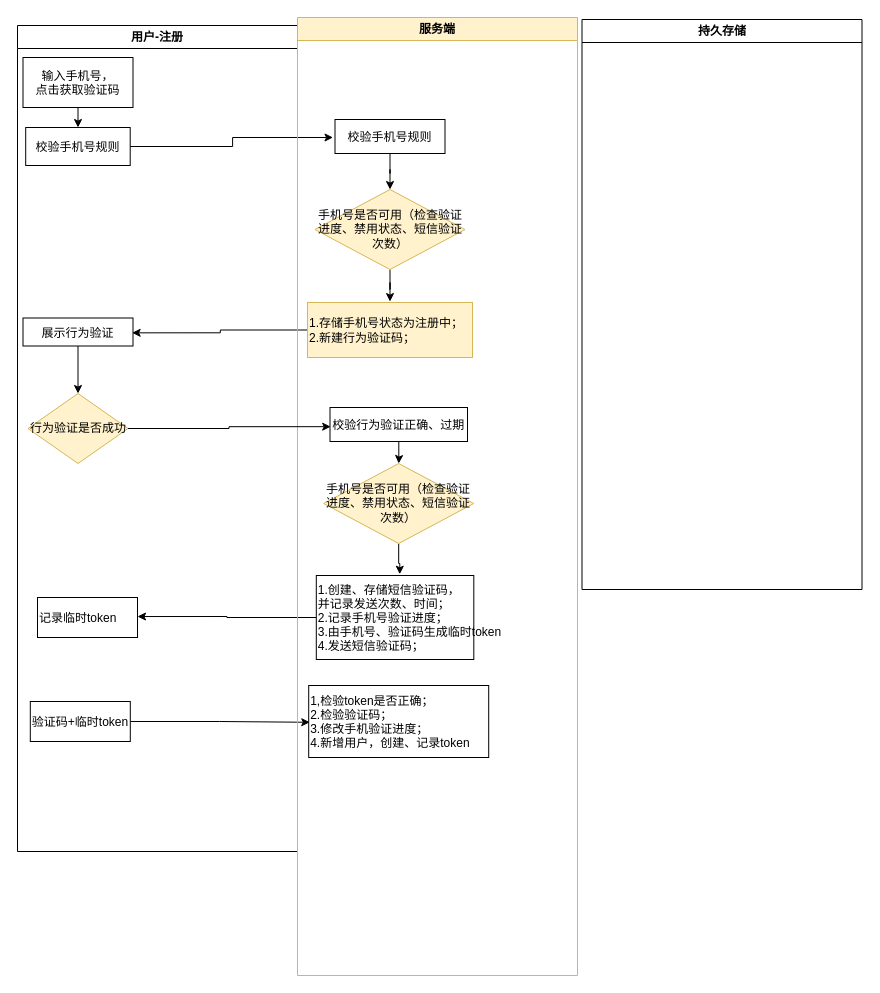
Earlier version of the draw.io diagram doc/未命名绘图.drawio (xfort/XNebulaUser). Source tidied: cells renumbered, new cells numbered last; positions are measured from the earlier drawing's top-left corner, leaving out a move shared by most shapes. Both pictures are drawn from the tidied source at 100%, with x=0, y=0 at pixel (17, 17).
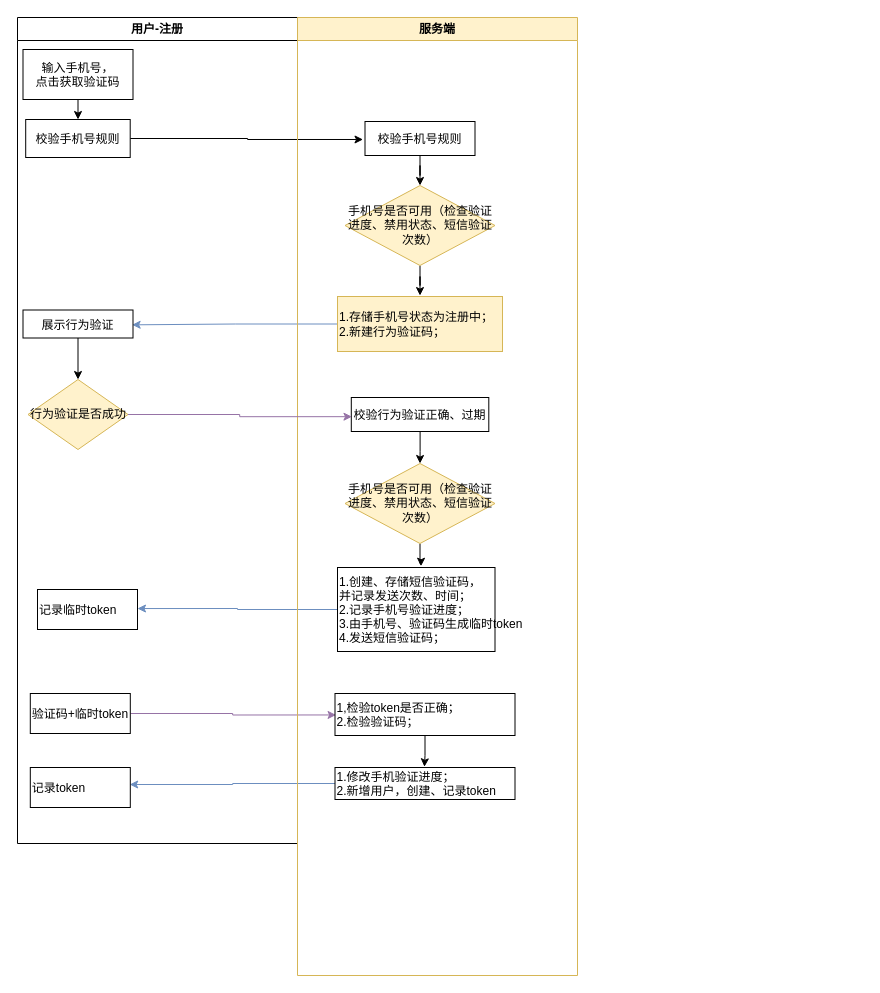
Above is the later version.

Unchanged cells that the change refers to:
```xml
<mxCell id="11" value="展示行为验证" parent="6" vertex="1">
  <mxGeometry x="5.5" y="292.5" width="110" height="28" as="geometry" />
</mxCell>
<mxCell id="13" value="记录临时token" style="fillColor=rgb(255, 255, 255);strokeColor=rgb(0, 0, 0);fontColor=rgb(0, 0, 0);align=left;" parent="6" vertex="1">
  <mxGeometry x="20" y="572" width="100" height="40" as="geometry" />
</mxCell>
<mxCell id="14" value="验证码+临时token" style="fillColor=rgb(255, 255, 255);strokeColor=rgb(0, 0, 0);fontColor=rgb(0, 0, 0);align=left;" parent="6" vertex="1">
  <mxGeometry x="12.8" y="676" width="100" height="40" as="geometry" />
</mxCell>
<mxCell id="15" value="服务端" style="swimlane;whiteSpace=wrap;fillColor=#fff2cc;strokeColor=#d6b656;" parent="1" vertex="1">
  <mxGeometry x="280" width="280" height="958" as="geometry" />
</mxCell>
```

Diff of the diagram source:
```diff
@@
+    <mxCell id="29" style="edgeStyle=orthogonalEdgeStyle;rounded=0;jettySize=auto;html=1;entryX=0.994;entryY=0.425;entryDx=0;entryDy=0;entryPerimeter=0;fillColor=#dae8fc;strokeColor=#6c8ebf;" parent="1" edge="1" source="32" target="30">
+      <mxGeometry relative="1" as="geometry" />
+    </mxCell>
-    <mxCell id="2" style="edgeStyle=orthogonalEdgeStyle;rounded=0;jettySize=auto;html=1;entryX=0.006;entryY=0.511;entryDx=0;entryDy=0;entryPerimeter=0;" parent="1" edge="1" source="14" target="26">
+    <mxCell id="2" style="edgeStyle=orthogonalEdgeStyle;rounded=0;jettySize=auto;html=1;entryX=0.006;entryY=0.511;entryDx=0;entryDy=0;entryPerimeter=0;fillColor=#e1d5e7;strokeColor=#9673a6;" parent="1" edge="1" source="14" target="26">
       <mxGeometry relative="1" as="geometry" />
     </mxCell>
-    <mxCell id="3" style="edgeStyle=orthogonalEdgeStyle;rounded=0;jettySize=auto;html=1;entryX=1;entryY=0.476;entryDx=0;entryDy=0;entryPerimeter=0;" parent="1" edge="1" source="23" target="13">
+    <mxCell id="3" style="edgeStyle=orthogonalEdgeStyle;rounded=0;jettySize=auto;html=1;entryX=1;entryY=0.476;entryDx=0;entryDy=0;entryPerimeter=0;fillColor=#dae8fc;strokeColor=#6c8ebf;" parent="1" edge="1" source="23" target="13">
       <mxGeometry relative="1" as="geometry" />
     </mxCell>
-    <mxCell id="4" style="edgeStyle=orthogonalEdgeStyle;rounded=0;jettySize=auto;html=1;entryX=0.992;entryY=0.53;entryDx=0;entryDy=0;entryPerimeter=0;" parent="1" edge="1" source="20" target="11">
+    <mxCell id="4" style="edgeStyle=orthogonalEdgeStyle;rounded=0;jettySize=auto;html=1;entryX=0.992;entryY=0.53;entryDx=0;entryDy=0;entryPerimeter=0;fillColor=#dae8fc;strokeColor=#6c8ebf;" parent="1" edge="1" source="20" target="11">
       <mxGeometry relative="1" as="geometry" />
     </mxCell>
@@
     <mxCell id="6" value="用户-注册" style="swimlane;whiteSpace=wrap;" parent="1" vertex="1">
-      <mxGeometry y="8" width="280" height="826" as="geometry" />
+      <mxGeometry width="280" height="826" as="geometry" />
     </mxCell>
@@
     <mxCell id="12" value="行为验证是否成功" style="rhombus;whiteSpace=wrap;html=1;fillColor=#fff2cc;strokeColor=#d6b656;" parent="6" vertex="1">
-      <mxGeometry x="10.5" y="368" width="100" height="70" as="geometry" />
+      <mxGeometry x="10.5" y="362" width="100" height="70" as="geometry" />
     </mxCell>
@@
+    <mxCell id="30" value="记录token" style="fillColor=rgb(255, 255, 255);strokeColor=rgb(0, 0, 0);fontColor=rgb(0, 0, 0);align=left;" parent="6" vertex="1">
+      <mxGeometry x="12.8" y="750" width="100" height="40" as="geometry" />
+    </mxCell>
@@
+    <mxCell id="31" style="edgeStyle=orthogonalEdgeStyle;rounded=0;jettySize=auto;html=1;entryX=0.497;entryY=-0.022;entryDx=0;entryDy=0;entryPerimeter=0;" parent="15" edge="1" source="26" target="32">
+      <mxGeometry relative="1" as="geometry" />
+    </mxCell>
@@
     <mxCell id="17" value="校验手机号规则" parent="15" vertex="1">
-      <mxGeometry x="37.5" y="102" width="110" height="34" as="geometry" />
+      <mxGeometry x="67.5" y="104" width="110" height="34" as="geometry" />
     </mxCell>
@@
     <mxCell id="19" value="手机号是否可用（检查验证进度、禁用状态、短信验证次数）" style="rhombus;whiteSpace=wrap;html=1;fillColor=#fff2cc;strokeColor=#d6b656;" parent="15" vertex="1">
-      <mxGeometry x="17.5" y="172" width="150" height="80" as="geometry" />
+      <mxGeometry x="47.5" y="168" width="150" height="80" as="geometry" />
     </mxCell>
     <mxCell id="20" value="1.存储手机号状态为注册中；&lt;br&gt;2.新建行为验证码；" style="whiteSpace=wrap;html=1;fillColor=#fff2cc;strokeColor=#d6b656;fontColor=rgb(0, 0, 0);align=left;" parent="15" vertex="1">
-      <mxGeometry x="10" y="285" width="165" height="55" as="geometry" />
+      <mxGeometry x="40" y="279" width="165" height="55" as="geometry" />
     </mxCell>
@@
     <mxCell id="22" value="校验行为验证正确、过期" parent="15" vertex="1">
-      <mxGeometry x="32.5" y="390" width="137.5" height="34" as="geometry" />
+      <mxGeometry x="53.8" y="380" width="137.5" height="34" as="geometry" />
     </mxCell>
     <mxCell id="23" value="1.创建、存储短信验证码，&#10;并记录发送次数、时间；&#10;2.记录手机号验证进度；&#10;3.由手机号、验证码生成临时token&#10;4.发送短信验证码；" style="fillColor=rgb(255, 255, 255);strokeColor=rgb(0, 0, 0);fontColor=rgb(0, 0, 0);align=left;" parent="15" vertex="1">
-      <mxGeometry x="18.8" y="558" width="157.5" height="84" as="geometry" />
+      <mxGeometry x="40" y="550" width="157.5" height="84" as="geometry" />
     </mxCell>
@@
     <mxCell id="25" value="手机号是否可用（检查验证进度、禁用状态、短信验证次数）" style="rhombus;whiteSpace=wrap;html=1;fillColor=#fff2cc;strokeColor=#d6b656;" parent="15" vertex="1">
-      <mxGeometry x="26.2" y="446" width="150" height="80" as="geometry" />
+      <mxGeometry x="47.5" y="446" width="150" height="80" as="geometry" />
     </mxCell>
-    <mxCell id="26" value="1,检验token是否正确；&#10;2.检验验证码；&#10;3.修改手机验证进度；&#10;4.新增用户，创建、记录token" style="fillColor=rgb(255, 255, 255);strokeColor=rgb(0, 0, 0);fontColor=rgb(0, 0, 0);align=left;" parent="15" vertex="1">
-      <mxGeometry x="11.2" y="668" width="180" height="72" as="geometry" />
+    <mxCell id="26" value="1,检验token是否正确；&#10;2.检验验证码；" style="fillColor=rgb(255, 255, 255);strokeColor=rgb(0, 0, 0);fontColor=rgb(0, 0, 0);align=left;" parent="15" vertex="1">
+      <mxGeometry x="37.5" y="676" width="180" height="42" as="geometry" />
     </mxCell>
-    <mxCell id="27" value="持久存储" style="swimlane;whiteSpace=wrap;startSize=23;" parent="1" vertex="1">
-      <mxGeometry x="564.5" y="2" width="280" height="570" as="geometry" />
-    </mxCell>
+    <mxCell id="32" value="1.修改手机验证进度；&#10;2.新增用户，创建、记录token" style="fillColor=rgb(255, 255, 255);strokeColor=rgb(0, 0, 0);fontColor=rgb(0, 0, 0);align=left;" parent="15" vertex="1">
+      <mxGeometry x="37.5" y="750" width="180" height="32" as="geometry" />
+    </mxCell>
-    <mxCell id="28" style="edgeStyle=orthogonalEdgeStyle;rounded=0;jettySize=auto;html=1;entryX=0.005;entryY=0.564;entryDx=0;entryDy=0;entryPerimeter=0;" parent="1" edge="1" source="12" target="22">
+    <mxCell id="28" style="edgeStyle=orthogonalEdgeStyle;rounded=0;jettySize=auto;html=1;entryX=0.005;entryY=0.564;entryDx=0;entryDy=0;entryPerimeter=0;fillColor=#e1d5e7;strokeColor=#9673a6;" parent="1" edge="1" source="12" target="22">
       <mxGeometry relative="1" as="geometry" />
     </mxCell>
```
